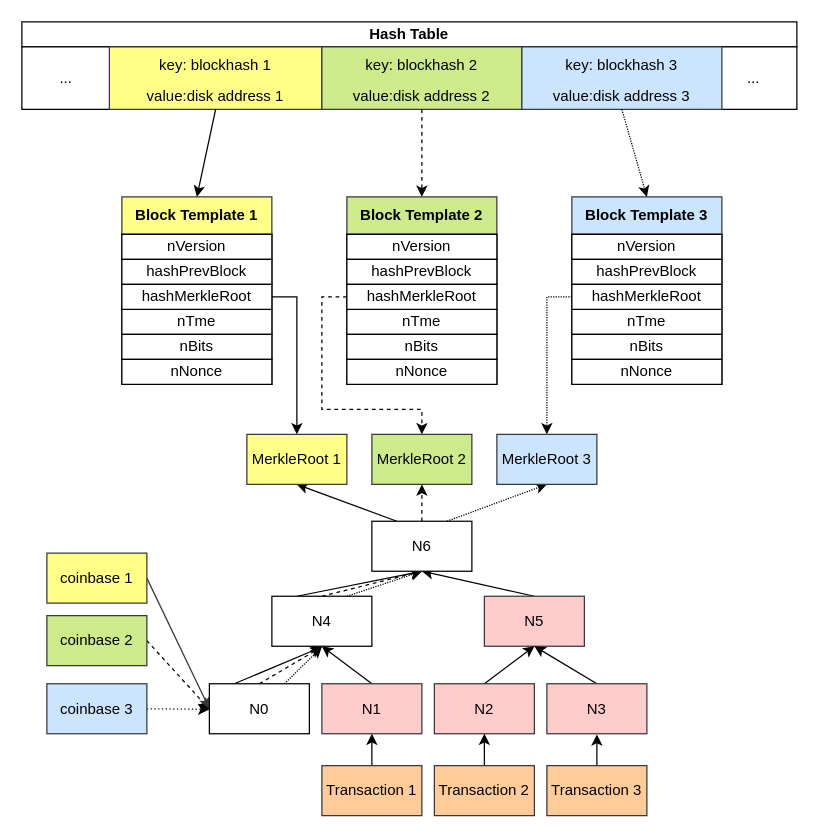
Earlier version of the draw.io diagram 存储.drawio (weihanby/Hello_Fudan). Source tidied: cells renumbered, new cells numbered last; positions are measured from the earlier drawing's top-left corner, leaving out a move shared by most shapes. Both pictures are drawn from the tidied source at 125%, with x=0, y=0 at pixel (21, 21).
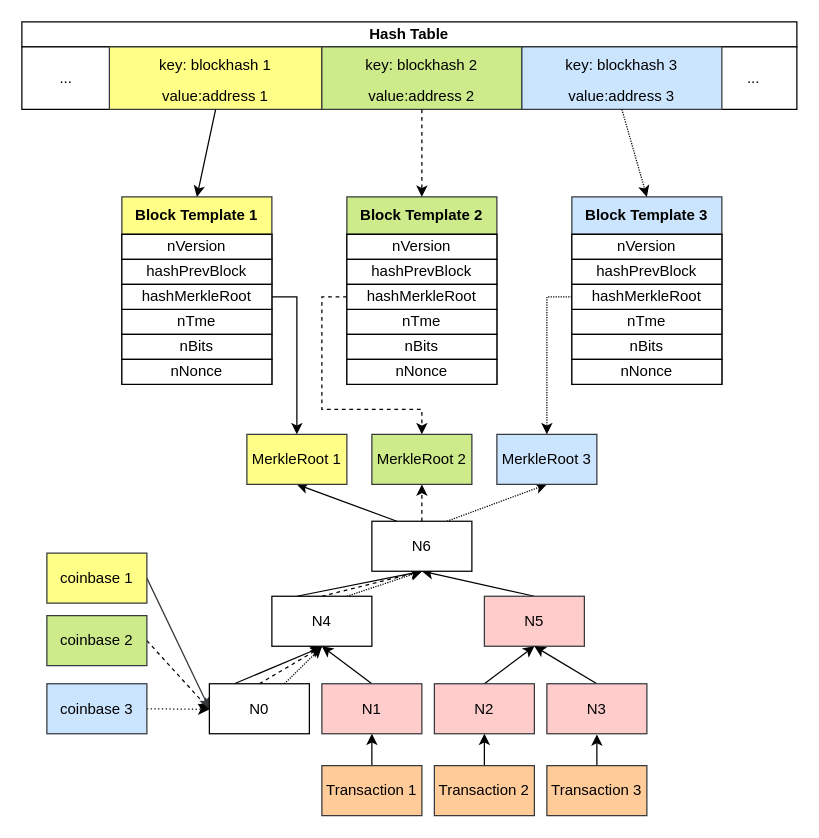
The same page after the edit.

The edit, as a diff of the source:
```diff
@@
-    <mxCell id="71" value="value:disk address 1" style="whiteSpace=wrap;html=1;fillColor=none;strokeColor=none;" parent="1" vertex="1">
+    <mxCell id="71" value="value:address 1" style="whiteSpace=wrap;html=1;fillColor=none;strokeColor=none;" parent="1" vertex="1">
       <mxGeometry x="70" y="50" width="170" height="20" as="geometry" />
     </mxCell>
@@
-    <mxCell id="74" value="value:disk address 2" style="whiteSpace=wrap;html=1;fillColor=none;strokeColor=none;" parent="1" vertex="1">
+    <mxCell id="74" value="value:address 2" style="whiteSpace=wrap;html=1;fillColor=none;strokeColor=none;" parent="1" vertex="1">
       <mxGeometry x="240" y="50" width="160" height="20" as="geometry" />
     </mxCell>
@@
-    <mxCell id="77" value="value:disk address 3" style="whiteSpace=wrap;html=1;fillColor=none;strokeColor=none;" parent="1" vertex="1">
+    <mxCell id="77" value="value:address 3" style="whiteSpace=wrap;html=1;fillColor=none;strokeColor=none;" parent="1" vertex="1">
       <mxGeometry x="400" y="50" width="160" height="20" as="geometry" />
     </mxCell>
```
